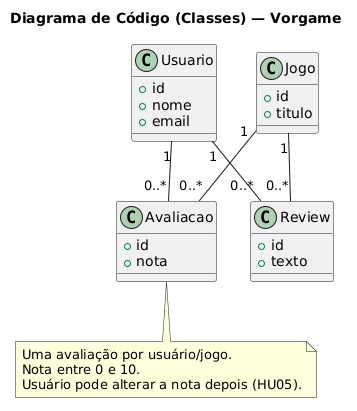
Earlier version of the PlantUML export docs/6. Diagrama de Código.png (NoemyT/Vorgame).
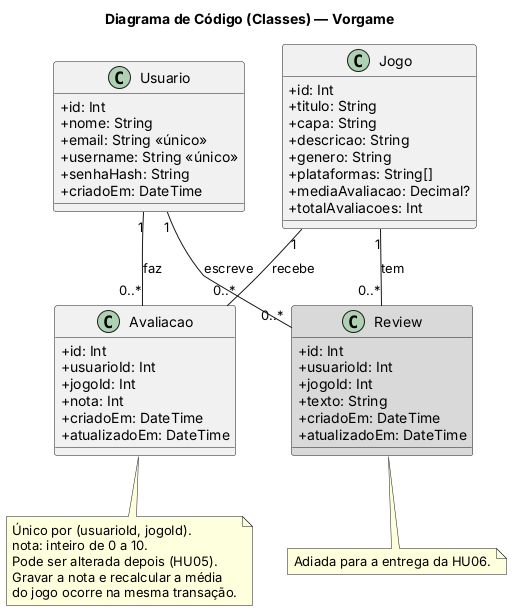
After the change.

What changed in the source:
```diff
@@ -1,35 +1,62 @@
-@startuml
+@startuml Vorgame_C4_Codigo
+
 title Diagrama de Código (Classes) — Vorgame
 
+skinparam classAttributeIconSize 0
+
 class Usuario {
-  +id
-  +nome
-  +email
+  +id: Int
+  +nome: String
+  +email: String <<único>>
+  +username: String <<único>>
+  +senhaHash: String
+  +criadoEm: DateTime
 }
 
 class Jogo {
-  +id
-  +titulo
+  +id: Int
+  +titulo: String
+  +capa: String
+  +descricao: String
+  +genero: String
+  +plataformas: String[]
+  +mediaAvaliacao: Decimal?
+  +totalAvaliacoes: Int
 }
 
 class Avaliacao {
-  +id
-  +nota
+  +id: Int
+  +usuarioId: Int
+  +jogoId: Int
+  +nota: Int
+  +criadoEm: DateTime
+  +atualizadoEm: DateTime
 }
 
-class Review {
-  +id
-  +texto
+class Review #D9D9D9 {
+  +id: Int
+  +usuarioId: Int
+  +jogoId: Int
+  +texto: String
+  +criadoEm: DateTime
+  +atualizadoEm: DateTime
 }
 
-Usuario "1" -- "0..*" Avaliacao
-Jogo "1" -- "0..*" Avaliacao
-Usuario "1" -- "0..*" Review
-Jogo "1" -- "0..*" Review
+Usuario "1" -- "0..*" Avaliacao : faz
+Jogo "1" -- "0..*" Avaliacao : recebe
+Usuario "1" -- "0..*" Review : escreve
+Jogo "1" -- "0..*" Review : tem
 
 note bottom of Avaliacao
-  Uma avaliação por usuário/jogo.
-  Nota entre 0 e 10.
-  Usuário pode alterar a nota depois (HU05).
+  Único por (usuarioId, jogoId).
+  nota: inteiro de 0 a 10.
+  Pode ser alterada depois (HU05).
+  Gravar a nota e recalcular a média
+  do jogo ocorre na mesma transação.
 end note
+
+note bottom of Review
+  Adiada para a entrega da HU06.
+end note
+
 @enduml
```
